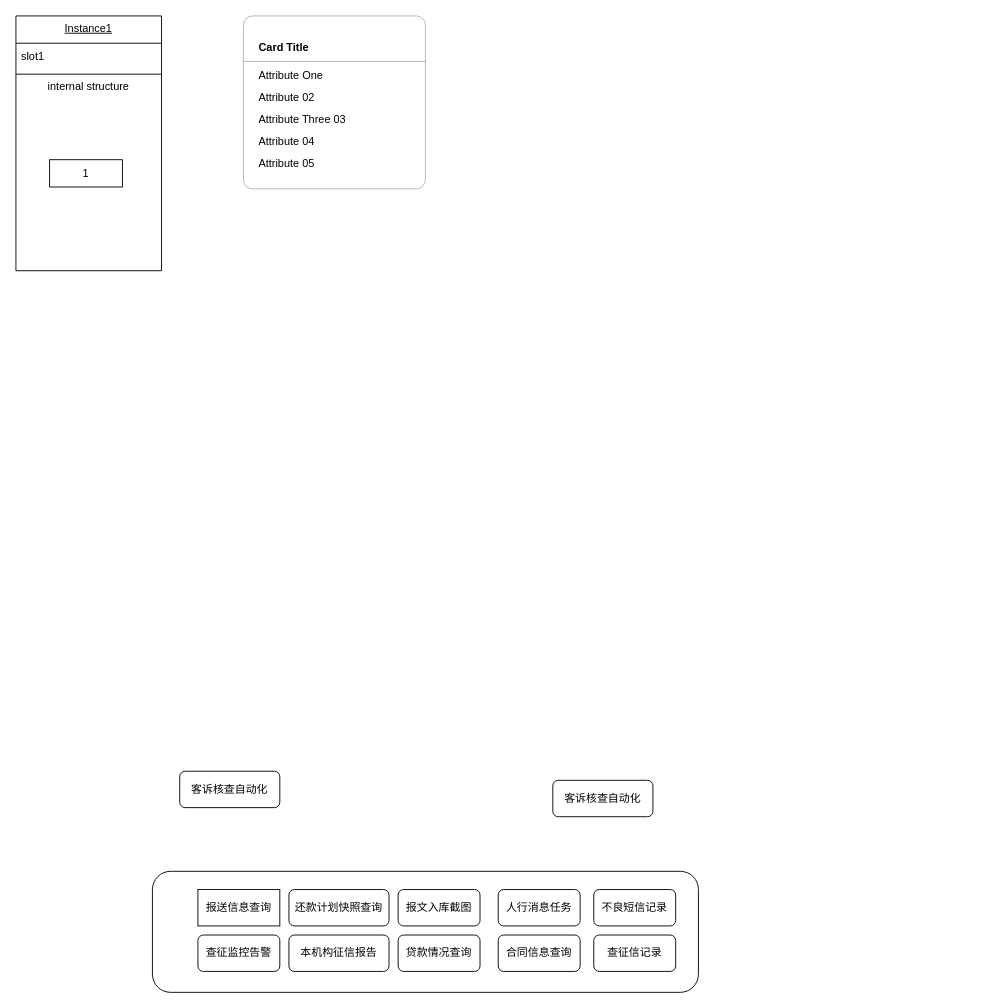
This is 人行征信助手规划.drawio from 1040112370/draw_file, a draw.io file, before an edit. Source tidied: cells renumbered, new cells numbered last; positions are measured from the earlier drawing's top-left corner, leaving out a move shared by most shapes. Both pictures are drawn from the tidied source at 91%, with x=0, y=0 at pixel (15, 15).
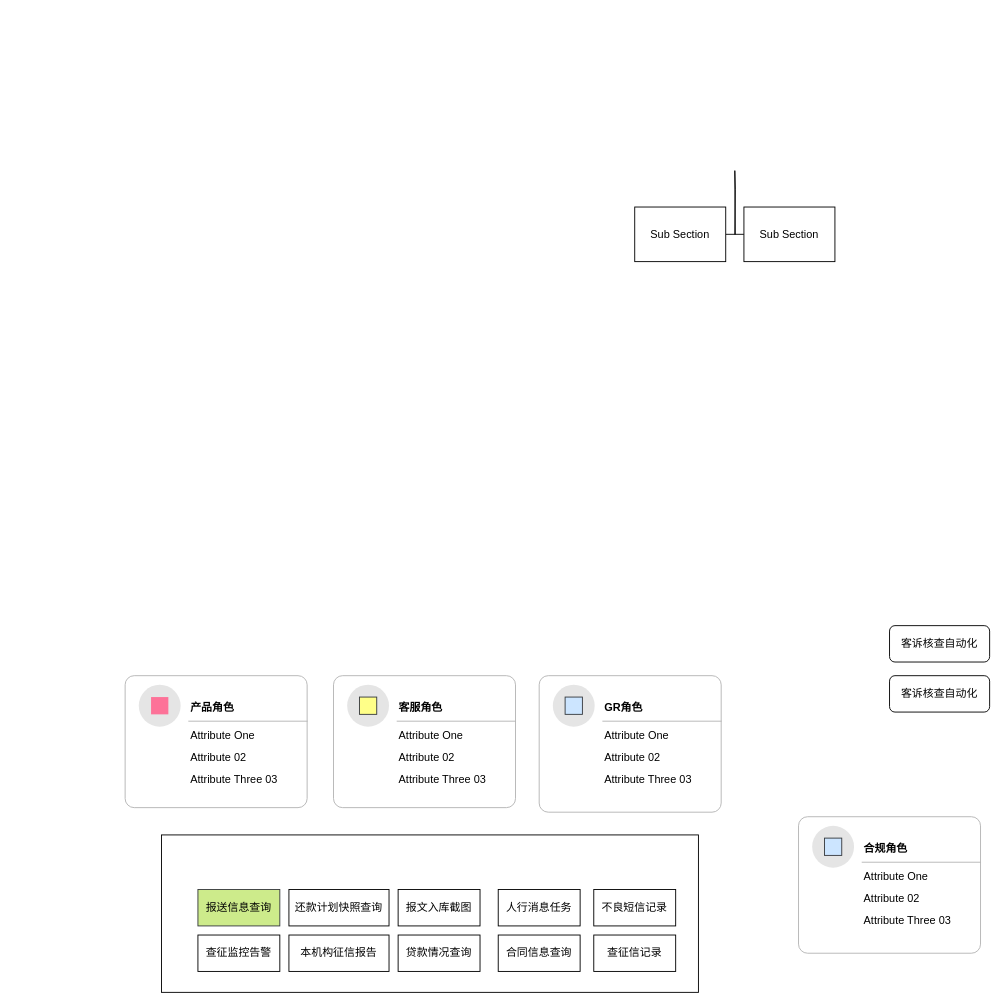
The same page after the edit.

Commit message:
更新人行征信助手规划.drawio

The edit, as a diff of the source:
```diff
@@
-    <mxCell id="2" style="rounded=1;whiteSpace=wrap;html=1;" parent="1" vertex="1">
-      <mxGeometry x="150" y="940" width="600" height="133" as="geometry" />
+    <mxCell id="2" style="rounded=0;whiteSpace=wrap;html=1;strokeColor=default;align=center;verticalAlign=middle;fontFamily=Helvetica;fontSize=12;fontColor=default;fillColor=default;" parent="1" vertex="1">
+      <mxGeometry x="160" y="900" width="590" height="173" as="geometry" />
     </mxCell>
-    <mxCell id="3" value="Instance1" style="swimlane;fontStyle=4;align=center;verticalAlign=top;horizontal=1;startSize=30;html=1;whiteSpace=wrap;" parent="1" vertex="1">
-      <mxGeometry width="160" height="280" as="geometry" />
-    </mxCell>
-    <mxCell id="4" value="slot1" style="html=1;strokeColor=none;fillColor=none;align=left;verticalAlign=middle;spacingLeft=4;spacingRight=4;whiteSpace=wrap;" parent="3" vertex="1">
-      <mxGeometry y="30" width="160" height="30" as="geometry" />
-    </mxCell>
-    <mxCell id="5" style="line;strokeWidth=1;fillColor=none;align=left;verticalAlign=middle;spacingTop=-1;spacingLeft=3;spacingRight=3;labelPosition=right;" parent="3" vertex="1">
-      <mxGeometry y="60" width="160" height="8" as="geometry" />
-    </mxCell>
-    <mxCell id="6" value="internal structure" style="html=1;strokeColor=none;fillColor=none;align=center;verticalAlign=middle;spacingLeft=4;spacingRight=4;whiteSpace=wrap;" parent="3" vertex="1">
-      <mxGeometry y="68" width="160" height="20" as="geometry" />
-    </mxCell>
-    <mxCell id="7" style="swimlane;fontStyle=1;align=center;verticalAlign=top;horizontal=1;startSize=0;html=1;strokeColor=none;fillColor=none;whiteSpace=wrap;" parent="3" vertex="1">
-      <mxGeometry y="88" width="160" height="192" as="geometry" />
-    </mxCell>
-    <mxCell id="8" value="1" style="html=1;align=center;verticalAlign=middle;whiteSpace=wrap;" parent="7" vertex="1">
-      <mxGeometry width="80" height="30" relative="1" as="geometry">
-        <mxPoint x="37" y="70" as="offset" />
-      </mxGeometry>
-    </mxCell>
-    <mxCell id="9" style="rounded=1;whiteSpace=wrap;html=1;strokeColor=#B3B3B3;arcSize=20;absoluteArcSize=1;" parent="1" vertex="1">
-      <mxGeometry x="250" width="200" height="190" as="geometry" />
-    </mxCell>
-    <mxCell id="10" value="Card Title" style="shape=partialRectangle;whiteSpace=wrap;html=1;top=0;left=0;fillColor=none;right=0;fontStyle=1;align=left;strokeColor=#B3B3B3;spacingLeft=15;" parent="9" vertex="1">
-      <mxGeometry width="200" height="30" relative="1" as="geometry">
-        <mxPoint y="20" as="offset" />
-      </mxGeometry>
-    </mxCell>
-    <mxCell id="11" value="Attribute One" style="text;html=1;strokeColor=none;fillColor=none;align=left;verticalAlign=middle;whiteSpace=wrap;rounded=0;spacingLeft=15;" parent="9" vertex="1">
-      <mxGeometry width="200" height="24" relative="1" as="geometry">
-        <mxPoint y="54" as="offset" />
-      </mxGeometry>
-    </mxCell>
-    <mxCell id="12" value="Attribute 02" style="text;html=1;strokeColor=none;fillColor=none;align=left;verticalAlign=middle;whiteSpace=wrap;rounded=0;spacingLeft=15;" parent="9" vertex="1">
-      <mxGeometry width="200" height="24" relative="1" as="geometry">
-        <mxPoint y="78" as="offset" />
-      </mxGeometry>
-    </mxCell>
-    <mxCell id="13" value="Attribute Three 03" style="text;html=1;strokeColor=none;fillColor=none;align=left;verticalAlign=middle;whiteSpace=wrap;rounded=0;spacingLeft=15;" parent="9" vertex="1">
-      <mxGeometry width="200" height="24" relative="1" as="geometry">
-        <mxPoint y="102" as="offset" />
-      </mxGeometry>
-    </mxCell>
-    <mxCell id="14" value="Attribute 04" style="text;html=1;strokeColor=none;fillColor=none;align=left;verticalAlign=middle;whiteSpace=wrap;rounded=0;spacingLeft=15;" parent="9" vertex="1">
-      <mxGeometry width="200" height="24" relative="1" as="geometry">
-        <mxPoint y="126" as="offset" />
-      </mxGeometry>
-    </mxCell>
-    <mxCell id="15" value="Attribute 05" style="text;html=1;strokeColor=none;fillColor=none;align=left;verticalAlign=middle;whiteSpace=wrap;rounded=0;spacingLeft=15;" parent="9" vertex="1">
-      <mxGeometry width="200" height="24" relative="1" as="geometry">
-        <mxPoint y="150" as="offset" />
-      </mxGeometry>
-    </mxCell>
-    <mxCell id="16" value="&lt;span style=&quot;font-size: 12px;&quot;&gt;还款计划快照查询&lt;/span&gt;" style="rounded=1;whiteSpace=wrap;html=1;" parent="1" vertex="1">
+    <mxCell id="16" value="&lt;span style=&quot;font-size: 12px;&quot;&gt;还款计划快照查询&lt;/span&gt;" style="rounded=0;whiteSpace=wrap;html=1;strokeColor=default;align=center;verticalAlign=middle;fontFamily=Helvetica;fontSize=12;fontColor=default;fillColor=default;" parent="1" vertex="1">
       <mxGeometry x="300" y="960" width="110" height="40" as="geometry" />
     </mxCell>
-    <mxCell id="17" value="&lt;span style=&quot;font-size: 12px;&quot;&gt;报送信息查询&lt;/span&gt;" style="rounded=0;whiteSpace=wrap;html=1;fontFamily=Helvetica;" parent="1" vertex="1">
+    <mxCell id="17" value="&lt;span style=&quot;font-size: 12px;&quot;&gt;报送信息查询&lt;/span&gt;" style="rounded=0;whiteSpace=wrap;html=1;fontFamily=Helvetica;fillColor=#cdeb8b;strokeColor=#36393d;" parent="1" vertex="1">
       <mxGeometry x="200" y="960" width="90" height="40" as="geometry" />
     </mxCell>
-    <mxCell id="18" value="&lt;span style=&quot;font-size: 12px;&quot;&gt;贷款情况查询&lt;/span&gt;" style="rounded=1;whiteSpace=wrap;html=1;" parent="1" vertex="1">
+    <mxCell id="18" value="&lt;span style=&quot;font-size: 12px;&quot;&gt;贷款情况查询&lt;/span&gt;" style="rounded=0;whiteSpace=wrap;html=1;strokeColor=default;align=center;verticalAlign=middle;fontFamily=Helvetica;fontSize=12;fontColor=default;fillColor=default;" parent="1" vertex="1">
       <mxGeometry x="420" y="1010" width="90" height="40" as="geometry" />
     </mxCell>
-    <mxCell id="19" value="&lt;span style=&quot;font-size: 12px;&quot;&gt;报文入库截图&lt;/span&gt;" style="rounded=1;whiteSpace=wrap;html=1;" parent="1" vertex="1">
+    <mxCell id="19" value="&lt;span style=&quot;font-size: 12px;&quot;&gt;报文入库截图&lt;/span&gt;" style="rounded=0;whiteSpace=wrap;html=1;strokeColor=default;align=center;verticalAlign=middle;fontFamily=Helvetica;fontSize=12;fontColor=default;fillColor=default;" parent="1" vertex="1">
       <mxGeometry x="420" y="960" width="90" height="40" as="geometry" />
     </mxCell>
-    <mxCell id="20" value="&lt;span style=&quot;font-size: 12px;&quot;&gt;合同信息查询&lt;/span&gt;" style="rounded=1;whiteSpace=wrap;html=1;" parent="1" vertex="1">
+    <mxCell id="20" value="&lt;span style=&quot;font-size: 12px;&quot;&gt;合同信息查询&lt;/span&gt;" style="rounded=0;whiteSpace=wrap;html=1;strokeColor=default;align=center;verticalAlign=middle;fontFamily=Helvetica;fontSize=12;fontColor=default;fillColor=default;" parent="1" vertex="1">
       <mxGeometry x="530" y="1010" width="90" height="40" as="geometry" />
     </mxCell>
-    <mxCell id="21" value="&lt;span style=&quot;font-size: 12px;&quot;&gt;不良短信记录&lt;/span&gt;" style="rounded=1;whiteSpace=wrap;html=1;" parent="1" vertex="1">
+    <mxCell id="21" value="&lt;span style=&quot;font-size: 12px;&quot;&gt;不良短信记录&lt;/span&gt;" style="rounded=0;whiteSpace=wrap;html=1;strokeColor=default;align=center;verticalAlign=middle;fontFamily=Helvetica;fontSize=12;fontColor=default;fillColor=default;" parent="1" vertex="1">
       <mxGeometry x="635" y="960" width="90" height="40" as="geometry" />
     </mxCell>
     <mxCell id="22" value="客诉核查自动化" style="rounded=1;whiteSpace=wrap;html=1;" parent="1" vertex="1">
-      <mxGeometry x="590" y="840" width="110" height="40" as="geometry" />
+      <mxGeometry x="960" y="725" width="110" height="40" as="geometry" />
     </mxCell>
-    <mxCell id="23" value="&lt;span style=&quot;font-size: 12px;&quot;&gt;查征信记录&lt;/span&gt;" style="rounded=1;whiteSpace=wrap;html=1;" parent="1" vertex="1">
+    <mxCell id="23" value="&lt;span style=&quot;font-size: 12px;&quot;&gt;查征信记录&lt;/span&gt;" style="rounded=0;whiteSpace=wrap;html=1;strokeColor=default;align=center;verticalAlign=middle;fontFamily=Helvetica;fontSize=12;fontColor=default;fillColor=default;" parent="1" vertex="1">
       <mxGeometry x="635" y="1010" width="90" height="40" as="geometry" />
     </mxCell>
-    <mxCell id="24" value="&lt;span style=&quot;font-size: 12px;&quot;&gt;人行消息任务&lt;/span&gt;" style="rounded=1;whiteSpace=wrap;html=1;" parent="1" vertex="1">
+    <mxCell id="24" value="&lt;span style=&quot;font-size: 12px;&quot;&gt;人行消息任务&lt;/span&gt;" style="rounded=0;whiteSpace=wrap;html=1;strokeColor=default;align=center;verticalAlign=middle;fontFamily=Helvetica;fontSize=12;fontColor=default;fillColor=default;" parent="1" vertex="1">
       <mxGeometry x="530" y="960" width="90" height="40" as="geometry" />
     </mxCell>
-    <mxCell id="25" value="&lt;span style=&quot;font-size: 12px;&quot;&gt;查征监控告警&lt;/span&gt;" style="rounded=1;whiteSpace=wrap;html=1;fontFamily=Helvetica;" parent="1" vertex="1">
+    <mxCell id="25" value="&lt;span style=&quot;font-size: 12px;&quot;&gt;查征监控告警&lt;/span&gt;" style="rounded=0;whiteSpace=wrap;html=1;fontFamily=Helvetica;strokeColor=default;align=center;verticalAlign=middle;fontSize=12;fontColor=default;fillColor=default;" parent="1" vertex="1">
       <mxGeometry x="200" y="1010" width="90" height="40" as="geometry" />
     </mxCell>
-    <mxCell id="26" value="&lt;span style=&quot;font-size: 12px;&quot;&gt;本机构征信报告&lt;/span&gt;" style="rounded=1;whiteSpace=wrap;html=1;fontFamily=Helvetica;" parent="1" vertex="1">
+    <mxCell id="26" value="&lt;span style=&quot;font-size: 12px;&quot;&gt;本机构征信报告&lt;/span&gt;" style="rounded=0;whiteSpace=wrap;html=1;fontFamily=Helvetica;strokeColor=default;align=center;verticalAlign=middle;fontSize=12;fontColor=default;fillColor=default;" parent="1" vertex="1">
       <mxGeometry x="300" y="1010" width="110" height="40" as="geometry" />
     </mxCell>
     <mxCell id="27" value="客诉核查自动化" style="rounded=1;whiteSpace=wrap;html=1;" parent="1" vertex="1">
-      <mxGeometry x="180" y="830" width="110" height="40" as="geometry" />
+      <mxGeometry x="960" y="670" width="110" height="40" as="geometry" />
     </mxCell>
+    <mxCell id="28" style="edgeStyle=orthogonalEdgeStyle;sourcePerimeterSpacing=0;targetPerimeterSpacing=0;startArrow=none;endArrow=none;rounded=0;targetPortConstraint=eastwest;sourcePortConstraint=northsouth;curved=0;rounded=0;" parent="1" edge="1" target="30">
+      <mxGeometry relative="1" as="geometry">
+        <mxPoint x="790" y="170" as="sourcePoint" />
+      </mxGeometry>
+    </mxCell>
+    <mxCell id="29" style="edgeStyle=orthogonalEdgeStyle;sourcePerimeterSpacing=0;targetPerimeterSpacing=0;startArrow=none;endArrow=none;rounded=0;targetPortConstraint=eastwest;sourcePortConstraint=northsouth;curved=0;rounded=0;" parent="1" edge="1" target="31">
+      <mxGeometry relative="1" as="geometry">
+        <mxPoint x="790" y="170" as="sourcePoint" />
+      </mxGeometry>
+    </mxCell>
+    <mxCell id="30" value="Sub Section" style="whiteSpace=wrap;html=1;align=center;verticalAlign=middle;" parent="1" vertex="1">
+      <mxGeometry x="680" y="210" width="100" height="60" as="geometry" />
+    </mxCell>
+    <mxCell id="31" value="Sub Section" style="whiteSpace=wrap;html=1;align=center;verticalAlign=middle;" parent="1" vertex="1">
+      <mxGeometry x="800" y="210" width="100" height="60" as="geometry" />
+    </mxCell>
+    <mxCell id="32" style="rounded=1;whiteSpace=wrap;html=1;strokeColor=#B3B3B3;arcSize=20;absoluteArcSize=1;" parent="1" vertex="1">
+      <mxGeometry x="120" y="725" width="200" height="145" as="geometry" />
+    </mxCell>
+    <mxCell id="33" style="ellipse;whiteSpace=wrap;html=1;strokeColor=none;fillColor=#e5e5e5;" parent="32" vertex="1">
+      <mxGeometry width="46" height="46" relative="1" as="geometry">
+        <mxPoint x="15" y="10" as="offset" />
+      </mxGeometry>
+    </mxCell>
+    <mxCell id="34" style="html=1;strokeColor=none;fillColor=#fd7298;" parent="33" vertex="1">
+      <mxGeometry x="0.5" y="0.5" width="19" height="19" relative="1" as="geometry">
+        <mxPoint x="-9.5" y="-9.5" as="offset" />
+      </mxGeometry>
+    </mxCell>
+    <mxCell id="35" value="产品角色" style="shape=partialRectangle;whiteSpace=wrap;html=1;top=0;left=0;fillColor=none;right=0;fontStyle=1;align=left;strokeColor=#B3B3B3;" parent="32" vertex="1">
+      <mxGeometry x="1" width="130" height="30" relative="1" as="geometry">
+        <mxPoint x="-130" y="20" as="offset" />
+      </mxGeometry>
+    </mxCell>
+    <mxCell id="36" value="Attribute One" style="text;html=1;strokeColor=none;fillColor=none;align=left;verticalAlign=middle;whiteSpace=wrap;rounded=0;" parent="32" vertex="1">
+      <mxGeometry x="1" width="130" height="24" relative="1" as="geometry">
+        <mxPoint x="-130" y="54" as="offset" />
+      </mxGeometry>
+    </mxCell>
+    <mxCell id="37" value="Attribute 02" style="text;html=1;strokeColor=none;fillColor=none;align=left;verticalAlign=middle;whiteSpace=wrap;rounded=0;" parent="32" vertex="1">
+      <mxGeometry x="1" width="130" height="24" relative="1" as="geometry">
+        <mxPoint x="-130" y="78" as="offset" />
+      </mxGeometry>
+    </mxCell>
+    <mxCell id="38" value="Attribute Three 03" style="text;html=1;strokeColor=none;fillColor=none;align=left;verticalAlign=middle;whiteSpace=wrap;rounded=0;" parent="32" vertex="1">
+      <mxGeometry x="1" width="130" height="24" relative="1" as="geometry">
+        <mxPoint x="-130" y="102" as="offset" />
+      </mxGeometry>
+    </mxCell>
+    <mxCell id="39" style="rounded=1;whiteSpace=wrap;html=1;strokeColor=#B3B3B3;arcSize=20;absoluteArcSize=1;" parent="1" vertex="1">
+      <mxGeometry x="349" y="725" width="200" height="145" as="geometry" />
+    </mxCell>
+    <mxCell id="40" style="ellipse;whiteSpace=wrap;html=1;strokeColor=none;fillColor=#e5e5e5;" parent="39" vertex="1">
+      <mxGeometry width="46" height="46" relative="1" as="geometry">
+        <mxPoint x="15" y="10" as="offset" />
+      </mxGeometry>
+    </mxCell>
+    <mxCell id="41" style="html=1;strokeColor=#36393d;fillColor=#ffff88;" parent="40" vertex="1">
+      <mxGeometry x="0.5" y="0.5" width="19" height="19" relative="1" as="geometry">
+        <mxPoint x="-9.5" y="-9.5" as="offset" />
+      </mxGeometry>
+    </mxCell>
+    <mxCell id="42" value="客服角色" style="shape=partialRectangle;whiteSpace=wrap;html=1;top=0;left=0;fillColor=none;right=0;fontStyle=1;align=left;strokeColor=#B3B3B3;" parent="39" vertex="1">
+      <mxGeometry x="1" width="130" height="30" relative="1" as="geometry">
+        <mxPoint x="-130" y="20" as="offset" />
+      </mxGeometry>
+    </mxCell>
+    <mxCell id="43" value="Attribute One" style="text;html=1;strokeColor=none;fillColor=none;align=left;verticalAlign=middle;whiteSpace=wrap;rounded=0;" parent="39" vertex="1">
+      <mxGeometry x="1" width="130" height="24" relative="1" as="geometry">
+        <mxPoint x="-130" y="54" as="offset" />
+      </mxGeometry>
+    </mxCell>
+    <mxCell id="44" value="Attribute 02" style="text;html=1;strokeColor=none;fillColor=none;align=left;verticalAlign=middle;whiteSpace=wrap;rounded=0;" parent="39" vertex="1">
+      <mxGeometry x="1" width="130" height="24" relative="1" as="geometry">
+        <mxPoint x="-130" y="78" as="offset" />
+      </mxGeometry>
+    </mxCell>
+    <mxCell id="45" value="Attribute Three 03" style="text;html=1;strokeColor=none;fillColor=none;align=left;verticalAlign=middle;whiteSpace=wrap;rounded=0;" parent="39" vertex="1">
+      <mxGeometry x="1" width="130" height="24" relative="1" as="geometry">
+        <mxPoint x="-130" y="102" as="offset" />
+      </mxGeometry>
+    </mxCell>
+    <mxCell id="46" style="rounded=1;whiteSpace=wrap;html=1;strokeColor=#B3B3B3;arcSize=20;absoluteArcSize=1;" parent="1" vertex="1">
+      <mxGeometry x="575" y="725" width="200" height="150" as="geometry" />
+    </mxCell>
+    <mxCell id="47" style="ellipse;whiteSpace=wrap;html=1;strokeColor=none;fillColor=#e5e5e5;" parent="46" vertex="1">
+      <mxGeometry width="46" height="46" relative="1" as="geometry">
+        <mxPoint x="15" y="10" as="offset" />
+      </mxGeometry>
+    </mxCell>
+    <mxCell id="48" style="html=1;strokeColor=#36393d;fillColor=#cce5ff;" parent="47" vertex="1">
+      <mxGeometry x="0.5" y="0.5" width="19" height="19" relative="1" as="geometry">
+        <mxPoint x="-9.5" y="-9.5" as="offset" />
+      </mxGeometry>
+    </mxCell>
+    <mxCell id="49" value="GR角色" style="shape=partialRectangle;whiteSpace=wrap;html=1;top=0;left=0;fillColor=none;right=0;fontStyle=1;align=left;strokeColor=#B3B3B3;" parent="46" vertex="1">
+      <mxGeometry x="1" width="130" height="30" relative="1" as="geometry">
+        <mxPoint x="-130" y="20" as="offset" />
+      </mxGeometry>
+    </mxCell>
+    <mxCell id="50" value="Attribute One" style="text;html=1;strokeColor=none;fillColor=none;align=left;verticalAlign=middle;whiteSpace=wrap;rounded=0;" parent="46" vertex="1">
+      <mxGeometry x="1" width="130" height="24" relative="1" as="geometry">
+        <mxPoint x="-130" y="54" as="offset" />
+      </mxGeometry>
+    </mxCell>
+    <mxCell id="51" value="Attribute 02" style="text;html=1;strokeColor=none;fillColor=none;align=left;verticalAlign=middle;whiteSpace=wrap;rounded=0;" parent="46" vertex="1">
+      <mxGeometry x="1" width="130" height="24" relative="1" as="geometry">
+        <mxPoint x="-130" y="78" as="offset" />
+      </mxGeometry>
+    </mxCell>
+    <mxCell id="52" value="Attribute Three 03" style="text;html=1;strokeColor=none;fillColor=none;align=left;verticalAlign=middle;whiteSpace=wrap;rounded=0;" parent="46" vertex="1">
+      <mxGeometry x="1" width="130" height="24" relative="1" as="geometry">
+        <mxPoint x="-130" y="102" as="offset" />
+      </mxGeometry>
+    </mxCell>
+    <mxCell id="53" style="rounded=1;whiteSpace=wrap;html=1;strokeColor=#B3B3B3;arcSize=20;absoluteArcSize=1;" parent="1" vertex="1">
+      <mxGeometry x="860" y="880" width="200" height="150" as="geometry" />
+    </mxCell>
+    <mxCell id="54" style="ellipse;whiteSpace=wrap;html=1;strokeColor=none;fillColor=#e5e5e5;" parent="53" vertex="1">
+      <mxGeometry width="46" height="46" relative="1" as="geometry">
+        <mxPoint x="15" y="10" as="offset" />
+      </mxGeometry>
+    </mxCell>
+    <mxCell id="55" style="html=1;strokeColor=#36393d;fillColor=#cce5ff;" parent="54" vertex="1">
+      <mxGeometry x="0.5" y="0.5" width="19" height="19" relative="1" as="geometry">
+        <mxPoint x="-9.5" y="-9.5" as="offset" />
+      </mxGeometry>
+    </mxCell>
+    <mxCell id="56" value="合规角色" style="shape=partialRectangle;whiteSpace=wrap;html=1;top=0;left=0;fillColor=none;right=0;fontStyle=1;align=left;strokeColor=#B3B3B3;" parent="53" vertex="1">
+      <mxGeometry x="1" width="130" height="30" relative="1" as="geometry">
+        <mxPoint x="-130" y="20" as="offset" />
+      </mxGeometry>
+    </mxCell>
+    <mxCell id="57" value="Attribute One" style="text;html=1;strokeColor=none;fillColor=none;align=left;verticalAlign=middle;whiteSpace=wrap;rounded=0;" parent="53" vertex="1">
+      <mxGeometry x="1" width="130" height="24" relative="1" as="geometry">
+        <mxPoint x="-130" y="54" as="offset" />
+      </mxGeometry>
+    </mxCell>
+    <mxCell id="58" value="Attribute 02" style="text;html=1;strokeColor=none;fillColor=none;align=left;verticalAlign=middle;whiteSpace=wrap;rounded=0;" parent="53" vertex="1">
+      <mxGeometry x="1" width="130" height="24" relative="1" as="geometry">
+        <mxPoint x="-130" y="78" as="offset" />
+      </mxGeometry>
+    </mxCell>
+    <mxCell id="59" value="Attribute Three 03" style="text;html=1;strokeColor=none;fillColor=none;align=left;verticalAlign=middle;whiteSpace=wrap;rounded=0;" parent="53" vertex="1">
+      <mxGeometry x="1" width="130" height="24" relative="1" as="geometry">
+        <mxPoint x="-130" y="102" as="offset" />
+      </mxGeometry>
+    </mxCell>
```
